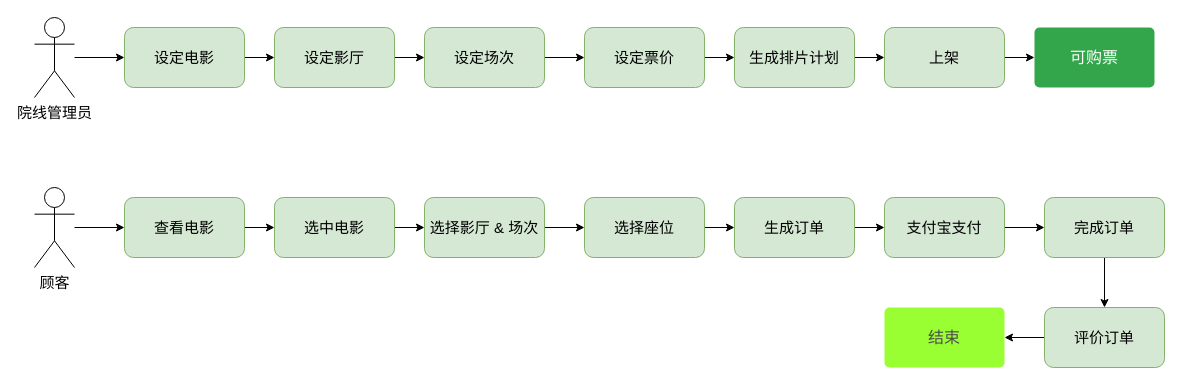
Before: 豆瓣电影大数据.drawio in redcomet88/DRAW, a draw.io diagram. Source tidied: cells renumbered, new cells numbered last; positions are measured from the earlier drawing's top-left corner, leaving out a move shared by most shapes. Both pictures are drawn from the tidied source at 100%, with x=0, y=0 at pixel (34, 17).
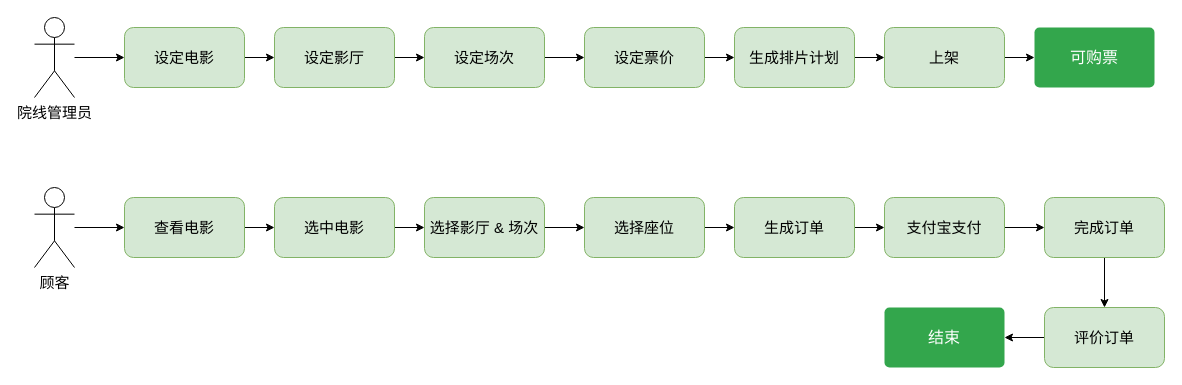
The same diagram, later.

Commit message (it also covers changes not shown here):
Update 豆瓣电影大数据.drawio

Change to the diagram source:
```diff
@@
-    <mxCell id="31" value="结束" style="html=1;shadow=0;dashed=0;shape=mxgraph.bootstrap.rrect;rSize=5;strokeColor=none;strokeWidth=1;fillColor=#99FF33;fontColor=#4D4D4D;whiteSpace=wrap;align=center;verticalAlign=middle;spacingLeft=0;fontStyle=0;fontSize=16;spacing=5;" parent="1" vertex="1">
+    <mxCell id="31" value="结束" style="html=1;shadow=0;dashed=0;shape=mxgraph.bootstrap.rrect;rSize=5;strokeColor=none;strokeWidth=1;fillColor=#33A64C;fontColor=#FFFFFF;whiteSpace=wrap;align=center;verticalAlign=middle;spacingLeft=0;fontStyle=0;fontSize=16;spacing=5;" parent="1" vertex="1">
       <mxGeometry x="850" y="290" width="120" height="60" as="geometry" />
     </mxCell>
```
